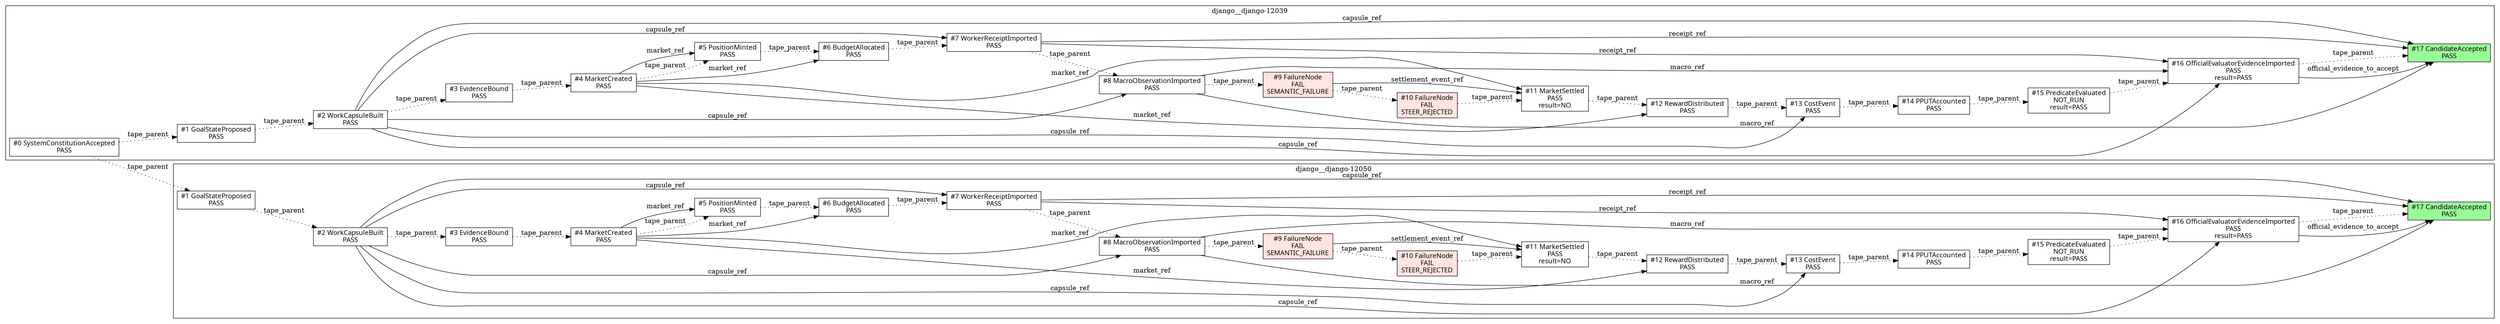
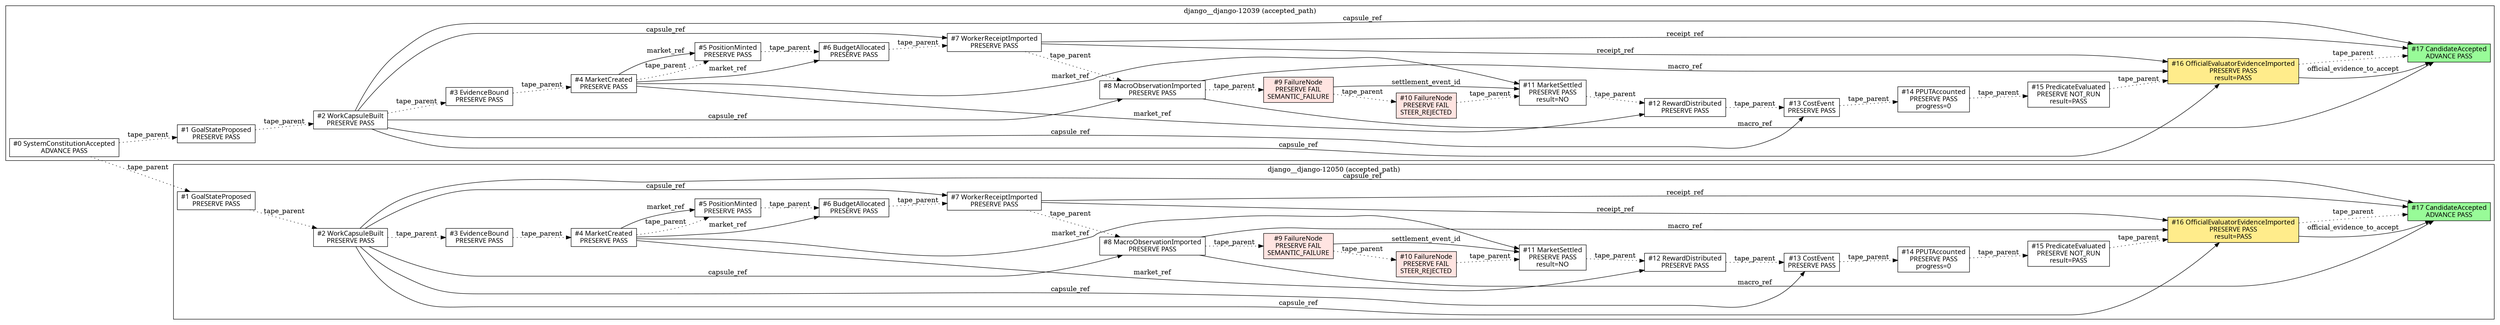
digraph micro_tape_decision_dag {
  rankdir=LR;
  node [shape=box, fontname="Menlo"];
  subgraph cluster_0 {
-     label="django__django-12039";
-     mu_344937f916226ed32a38cbe9866a28f06e5a89d560ec3efa668a1b0ae005ebe2 [label="#0 SystemConstitutionAccepted\nPASS", style=filled, fillcolor="white"];
-     mu_607b217245d67e61c7a528f90c13e8ec9b47f5624a1011f7188cb1fa01b3a534 [label="#1 GoalStateProposed\nPASS", style=filled, fillcolor="white"];
-     mu_951c810f27be0d6f1598d7019caeaf535d9ac0a97025459e0818022a7c1ec110 [label="#2 WorkCapsuleBuilt\nPASS", style=filled, fillcolor="white"];
-     mu_440b6e53920c3a04e3ec7e12cbf63fa686cb8d35121803d4cd0c551bd28bbfde [label="#3 EvidenceBound\nPASS", style=filled, fillcolor="white"];
-     mu_8e9be3191458a6750816f033bb4e431b4dfe4b3e5ba9bdf9762e827fb2467012 [label="#4 MarketCreated\nPASS", style=filled, fillcolor="white"];
-     mu_4222bc192d75342357d14fb949cd561ba2073b05c7c9672a781239358f6a3938 [label="#5 PositionMinted\nPASS", style=filled, fillcolor="white"];
-     mu_bf25011065066f06f42633380a6bd93a997c91d1aa3d1915fa9d8ce4ac3edcc1 [label="#6 BudgetAllocated\nPASS", style=filled, fillcolor="white"];
-     mu_faa2351db3d1c019e3861d5f5d1e98691fb4a4620816c4d0047137ad1d8abbfa [label="#7 WorkerReceiptImported\nPASS", style=filled, fillcolor="white"];
-     mu_a98a65bbb71e91f033d2a9b931631f2d3d678582022a47855fac1a713abfccfd [label="#8 MacroObservationImported\nPASS", style=filled, fillcolor="white"];
-     mu_1511c3fdb99c659b0ac19f9b773d6070a64362db86fbf4794809f2569b4f3cdc [label="#9 FailureNode\nFAIL\nSEMANTIC_FAILURE", style=filled, fillcolor="mistyrose"];
-     mu_69436d193105ae3c1e5242a6f3db8c8b157133d50a32ff47093cc7e80ec54dcd [label="#10 FailureNode\nFAIL\nSTEER_REJECTED", style=filled, fillcolor="mistyrose"];
-     mu_c51f6c473fec95ae1edd5833e1aebedfac83471fa3d326983598777ea12ea9c2 [label="#11 MarketSettled\nPASS\nresult=NO", style=filled, fillcolor="white"];
-     mu_95601a49897cc5954b35e826236c1ae16383fde77f53e5dc47377a23e6326aa5 [label="#12 RewardDistributed\nPASS", style=filled, fillcolor="white"];
-     mu_22e47a6a7945814839eafd24603bf72119d80f3666b4270c9887bde81aff2a84 [label="#13 CostEvent\nPASS", style=filled, fillcolor="white"];
-     mu_50e6feb094830a25ce0239c9f4bb1e280c72c3e4e6f2ea3f1c947305aa98b561 [label="#14 PPUTAccounted\nPASS", style=filled, fillcolor="white"];
-     mu_4c1f9d58d9c3251de411c3cb0c0bf67cb7f39934c48928058572d2c57928404b [label="#15 PredicateEvaluated\nNOT_RUN\nresult=PASS", style=filled, fillcolor="white"];
-     mu_8ed75647401e843558aa47b9d29f32610faa29d5aa9ea7c5e0a7c24a1376da0f [label="#16 OfficialEvaluatorEvidenceImported\nPASS\nresult=PASS", style=filled, fillcolor="white"];
-     mu_7a0726860fb58946a8f3731ae05754d77d6596c5b419f9926fea930d7313c224 [label="#17 CandidateAccepted\nPASS", style=filled, fillcolor="palegreen"];
+     label="django__django-12039 (accepted_path)";
+     mu_344937f916226ed32a38cbe9866a28f06e5a89d560ec3efa668a1b0ae005ebe2 [label="#0 SystemConstitutionAccepted\nADVANCE PASS", style=filled, fillcolor="white"];
+     mu_607b217245d67e61c7a528f90c13e8ec9b47f5624a1011f7188cb1fa01b3a534 [label="#1 GoalStateProposed\nPRESERVE PASS", style=filled, fillcolor="white"];
+     mu_951c810f27be0d6f1598d7019caeaf535d9ac0a97025459e0818022a7c1ec110 [label="#2 WorkCapsuleBuilt\nPRESERVE PASS", style=filled, fillcolor="white"];
+     mu_440b6e53920c3a04e3ec7e12cbf63fa686cb8d35121803d4cd0c551bd28bbfde [label="#3 EvidenceBound\nPRESERVE PASS", style=filled, fillcolor="white"];
+     mu_8e9be3191458a6750816f033bb4e431b4dfe4b3e5ba9bdf9762e827fb2467012 [label="#4 MarketCreated\nPRESERVE PASS", style=filled, fillcolor="white"];
+     mu_4222bc192d75342357d14fb949cd561ba2073b05c7c9672a781239358f6a3938 [label="#5 PositionMinted\nPRESERVE PASS", style=filled, fillcolor="white"];
+     mu_bf25011065066f06f42633380a6bd93a997c91d1aa3d1915fa9d8ce4ac3edcc1 [label="#6 BudgetAllocated\nPRESERVE PASS", style=filled, fillcolor="white"];
+     mu_faa2351db3d1c019e3861d5f5d1e98691fb4a4620816c4d0047137ad1d8abbfa [label="#7 WorkerReceiptImported\nPRESERVE PASS", style=filled, fillcolor="white"];
+     mu_a98a65bbb71e91f033d2a9b931631f2d3d678582022a47855fac1a713abfccfd [label="#8 MacroObservationImported\nPRESERVE PASS", style=filled, fillcolor="white"];
+     mu_1511c3fdb99c659b0ac19f9b773d6070a64362db86fbf4794809f2569b4f3cdc [label="#9 FailureNode\nPRESERVE FAIL\nSEMANTIC_FAILURE", style=filled, fillcolor="mistyrose"];
+     mu_69436d193105ae3c1e5242a6f3db8c8b157133d50a32ff47093cc7e80ec54dcd [label="#10 FailureNode\nPRESERVE FAIL\nSTEER_REJECTED", style=filled, fillcolor="mistyrose"];
+     mu_c51f6c473fec95ae1edd5833e1aebedfac83471fa3d326983598777ea12ea9c2 [label="#11 MarketSettled\nPRESERVE PASS\nresult=NO", style=filled, fillcolor="white"];
+     mu_95601a49897cc5954b35e826236c1ae16383fde77f53e5dc47377a23e6326aa5 [label="#12 RewardDistributed\nPRESERVE PASS", style=filled, fillcolor="white"];
+     mu_22e47a6a7945814839eafd24603bf72119d80f3666b4270c9887bde81aff2a84 [label="#13 CostEvent\nPRESERVE PASS", style=filled, fillcolor="white"];
+     mu_50e6feb094830a25ce0239c9f4bb1e280c72c3e4e6f2ea3f1c947305aa98b561 [label="#14 PPUTAccounted\nPRESERVE PASS\nprogress=0", style=filled, fillcolor="white"];
+     mu_4c1f9d58d9c3251de411c3cb0c0bf67cb7f39934c48928058572d2c57928404b [label="#15 PredicateEvaluated\nPRESERVE NOT_RUN\nresult=PASS", style=filled, fillcolor="white"];
+     mu_8ed75647401e843558aa47b9d29f32610faa29d5aa9ea7c5e0a7c24a1376da0f [label="#16 OfficialEvaluatorEvidenceImported\nPRESERVE PASS\nresult=PASS", style=filled, fillcolor="lightgoldenrod1"];
+     mu_7a0726860fb58946a8f3731ae05754d77d6596c5b419f9926fea930d7313c224 [label="#17 CandidateAccepted\nADVANCE PASS", style=filled, fillcolor="palegreen"];
    mu_344937f916226ed32a38cbe9866a28f06e5a89d560ec3efa668a1b0ae005ebe2 -> mu_607b217245d67e61c7a528f90c13e8ec9b47f5624a1011f7188cb1fa01b3a534 [label="tape_parent", style=dotted];
    mu_607b217245d67e61c7a528f90c13e8ec9b47f5624a1011f7188cb1fa01b3a534 -> mu_951c810f27be0d6f1598d7019caeaf535d9ac0a97025459e0818022a7c1ec110 [label="tape_parent", style=dotted];
    mu_951c810f27be0d6f1598d7019caeaf535d9ac0a97025459e0818022a7c1ec110 -> mu_440b6e53920c3a04e3ec7e12cbf63fa686cb8d35121803d4cd0c551bd28bbfde [label="tape_parent", style=dotted];
    mu_440b6e53920c3a04e3ec7e12cbf63fa686cb8d35121803d4cd0c551bd28bbfde -> mu_8e9be3191458a6750816f033bb4e431b4dfe4b3e5ba9bdf9762e827fb2467012 [label="tape_parent", style=dotted];
    mu_8e9be3191458a6750816f033bb4e431b4dfe4b3e5ba9bdf9762e827fb2467012 -> mu_4222bc192d75342357d14fb949cd561ba2073b05c7c9672a781239358f6a3938 [label="tape_parent", style=dotted];
    mu_4222bc192d75342357d14fb949cd561ba2073b05c7c9672a781239358f6a3938 -> mu_bf25011065066f06f42633380a6bd93a997c91d1aa3d1915fa9d8ce4ac3edcc1 [label="tape_parent", style=dotted];
    mu_bf25011065066f06f42633380a6bd93a997c91d1aa3d1915fa9d8ce4ac3edcc1 -> mu_faa2351db3d1c019e3861d5f5d1e98691fb4a4620816c4d0047137ad1d8abbfa [label="tape_parent", style=dotted];
    mu_faa2351db3d1c019e3861d5f5d1e98691fb4a4620816c4d0047137ad1d8abbfa -> mu_a98a65bbb71e91f033d2a9b931631f2d3d678582022a47855fac1a713abfccfd [label="tape_parent", style=dotted];
    mu_a98a65bbb71e91f033d2a9b931631f2d3d678582022a47855fac1a713abfccfd -> mu_1511c3fdb99c659b0ac19f9b773d6070a64362db86fbf4794809f2569b4f3cdc [label="tape_parent", style=dotted];
    mu_1511c3fdb99c659b0ac19f9b773d6070a64362db86fbf4794809f2569b4f3cdc -> mu_69436d193105ae3c1e5242a6f3db8c8b157133d50a32ff47093cc7e80ec54dcd [label="tape_parent", style=dotted];
    mu_69436d193105ae3c1e5242a6f3db8c8b157133d50a32ff47093cc7e80ec54dcd -> mu_c51f6c473fec95ae1edd5833e1aebedfac83471fa3d326983598777ea12ea9c2 [label="tape_parent", style=dotted];
    mu_c51f6c473fec95ae1edd5833e1aebedfac83471fa3d326983598777ea12ea9c2 -> mu_95601a49897cc5954b35e826236c1ae16383fde77f53e5dc47377a23e6326aa5 [label="tape_parent", style=dotted];
    mu_95601a49897cc5954b35e826236c1ae16383fde77f53e5dc47377a23e6326aa5 -> mu_22e47a6a7945814839eafd24603bf72119d80f3666b4270c9887bde81aff2a84 [label="tape_parent", style=dotted];
    mu_22e47a6a7945814839eafd24603bf72119d80f3666b4270c9887bde81aff2a84 -> mu_50e6feb094830a25ce0239c9f4bb1e280c72c3e4e6f2ea3f1c947305aa98b561 [label="tape_parent", style=dotted];
    mu_50e6feb094830a25ce0239c9f4bb1e280c72c3e4e6f2ea3f1c947305aa98b561 -> mu_4c1f9d58d9c3251de411c3cb0c0bf67cb7f39934c48928058572d2c57928404b [label="tape_parent", style=dotted];
    mu_4c1f9d58d9c3251de411c3cb0c0bf67cb7f39934c48928058572d2c57928404b -> mu_8ed75647401e843558aa47b9d29f32610faa29d5aa9ea7c5e0a7c24a1376da0f [label="tape_parent", style=dotted];
    mu_8ed75647401e843558aa47b9d29f32610faa29d5aa9ea7c5e0a7c24a1376da0f -> mu_7a0726860fb58946a8f3731ae05754d77d6596c5b419f9926fea930d7313c224 [label="tape_parent", style=dotted];
    mu_8e9be3191458a6750816f033bb4e431b4dfe4b3e5ba9bdf9762e827fb2467012 -> mu_4222bc192d75342357d14fb949cd561ba2073b05c7c9672a781239358f6a3938 [label="market_ref", style=solid];
    mu_8e9be3191458a6750816f033bb4e431b4dfe4b3e5ba9bdf9762e827fb2467012 -> mu_bf25011065066f06f42633380a6bd93a997c91d1aa3d1915fa9d8ce4ac3edcc1 [label="market_ref", style=solid];
    mu_951c810f27be0d6f1598d7019caeaf535d9ac0a97025459e0818022a7c1ec110 -> mu_faa2351db3d1c019e3861d5f5d1e98691fb4a4620816c4d0047137ad1d8abbfa [label="capsule_ref", style=solid];
    mu_951c810f27be0d6f1598d7019caeaf535d9ac0a97025459e0818022a7c1ec110 -> mu_a98a65bbb71e91f033d2a9b931631f2d3d678582022a47855fac1a713abfccfd [label="capsule_ref", style=solid];
    mu_8e9be3191458a6750816f033bb4e431b4dfe4b3e5ba9bdf9762e827fb2467012 -> mu_c51f6c473fec95ae1edd5833e1aebedfac83471fa3d326983598777ea12ea9c2 [label="market_ref", style=solid];
-     mu_1511c3fdb99c659b0ac19f9b773d6070a64362db86fbf4794809f2569b4f3cdc -> mu_c51f6c473fec95ae1edd5833e1aebedfac83471fa3d326983598777ea12ea9c2 [label="settlement_event_ref", style=solid];
+     mu_1511c3fdb99c659b0ac19f9b773d6070a64362db86fbf4794809f2569b4f3cdc -> mu_c51f6c473fec95ae1edd5833e1aebedfac83471fa3d326983598777ea12ea9c2 [label="settlement_event_id", style=solid];
    mu_8e9be3191458a6750816f033bb4e431b4dfe4b3e5ba9bdf9762e827fb2467012 -> mu_95601a49897cc5954b35e826236c1ae16383fde77f53e5dc47377a23e6326aa5 [label="market_ref", style=solid];
    mu_951c810f27be0d6f1598d7019caeaf535d9ac0a97025459e0818022a7c1ec110 -> mu_22e47a6a7945814839eafd24603bf72119d80f3666b4270c9887bde81aff2a84 [label="capsule_ref", style=solid];
    mu_951c810f27be0d6f1598d7019caeaf535d9ac0a97025459e0818022a7c1ec110 -> mu_8ed75647401e843558aa47b9d29f32610faa29d5aa9ea7c5e0a7c24a1376da0f [label="capsule_ref", style=solid];
    mu_faa2351db3d1c019e3861d5f5d1e98691fb4a4620816c4d0047137ad1d8abbfa -> mu_8ed75647401e843558aa47b9d29f32610faa29d5aa9ea7c5e0a7c24a1376da0f [label="receipt_ref", style=solid];
    mu_a98a65bbb71e91f033d2a9b931631f2d3d678582022a47855fac1a713abfccfd -> mu_8ed75647401e843558aa47b9d29f32610faa29d5aa9ea7c5e0a7c24a1376da0f [label="macro_ref", style=solid];
    mu_951c810f27be0d6f1598d7019caeaf535d9ac0a97025459e0818022a7c1ec110 -> mu_7a0726860fb58946a8f3731ae05754d77d6596c5b419f9926fea930d7313c224 [label="capsule_ref", style=solid];
    mu_faa2351db3d1c019e3861d5f5d1e98691fb4a4620816c4d0047137ad1d8abbfa -> mu_7a0726860fb58946a8f3731ae05754d77d6596c5b419f9926fea930d7313c224 [label="receipt_ref", style=solid];
    mu_a98a65bbb71e91f033d2a9b931631f2d3d678582022a47855fac1a713abfccfd -> mu_7a0726860fb58946a8f3731ae05754d77d6596c5b419f9926fea930d7313c224 [label="macro_ref", style=solid];
    mu_8ed75647401e843558aa47b9d29f32610faa29d5aa9ea7c5e0a7c24a1376da0f -> mu_7a0726860fb58946a8f3731ae05754d77d6596c5b419f9926fea930d7313c224 [label="official_evidence_to_accept", style=solid];
  }
  subgraph cluster_1 {
-     label="django__django-12050";
-     mu_344937f916226ed32a38cbe9866a28f06e5a89d560ec3efa668a1b0ae005ebe2 [label="#0 SystemConstitutionAccepted\nPASS", style=filled, fillcolor="white"];
-     mu_14e4b271237041df1c9175d7808322a058864cb637257bed58a300d271edd837 [label="#1 GoalStateProposed\nPASS", style=filled, fillcolor="white"];
-     mu_1d3657bb412471949253f3acbf3cf94c792e37fc65f9a4f42d011e3db8ed059a [label="#2 WorkCapsuleBuilt\nPASS", style=filled, fillcolor="white"];
-     mu_94287138205c9f4b0bbaeb768b1fcbe44a228e6c7707bb34c730190bb72baa25 [label="#3 EvidenceBound\nPASS", style=filled, fillcolor="white"];
-     mu_72820a31243f7bd091049895d29014c9029c869432006e53fd6769743815abab [label="#4 MarketCreated\nPASS", style=filled, fillcolor="white"];
-     mu_160b9c771b8517eed1a913adeebbb609e7a51c7ab019167daf20d33b77e21fc9 [label="#5 PositionMinted\nPASS", style=filled, fillcolor="white"];
-     mu_15af614ceba81d0f3ca570afc8ef6a69ed6ffbc1a74e09e527ba022584552714 [label="#6 BudgetAllocated\nPASS", style=filled, fillcolor="white"];
-     mu_899625a3f6853b36f8f94078bca6f1d545c2c65fa03d466bbc9280165dbee566 [label="#7 WorkerReceiptImported\nPASS", style=filled, fillcolor="white"];
-     mu_56c02057b5e6c55d32ae34254b26c2da5ce87d239739ff1c729580373ceb1888 [label="#8 MacroObservationImported\nPASS", style=filled, fillcolor="white"];
-     mu_3c0c7e7797f2d5d27bd7aedb30c0a687a417a8f7d163c4284acb40bd8773a5ec [label="#9 FailureNode\nFAIL\nSEMANTIC_FAILURE", style=filled, fillcolor="mistyrose"];
-     mu_f17d9ab68b75631a14c2f7c03083a7fc391c165443826c513a135873d063f49a [label="#10 FailureNode\nFAIL\nSTEER_REJECTED", style=filled, fillcolor="mistyrose"];
-     mu_0a8e89384fe253d53a204b455631845e78b7366c0bea6d0d73fb0bc9dee21e0d [label="#11 MarketSettled\nPASS\nresult=NO", style=filled, fillcolor="white"];
-     mu_d0a52e19176464e1f0615a55c1cf91e9fed232ce424e47515ed0bc963f7db81a [label="#12 RewardDistributed\nPASS", style=filled, fillcolor="white"];
-     mu_887d3feecbaa4f8a423bbf22c7e94018366550999f7e3e19aa5a9af46c9448b1 [label="#13 CostEvent\nPASS", style=filled, fillcolor="white"];
-     mu_4c130fc0ea68805c849c7fef9256d7f42ee158dca872dd2e24b596b2813e66e4 [label="#14 PPUTAccounted\nPASS", style=filled, fillcolor="white"];
-     mu_c38df251850663a333db32ae07dd488efdde811354ee81af62e055a6e6412679 [label="#15 PredicateEvaluated\nNOT_RUN\nresult=PASS", style=filled, fillcolor="white"];
-     mu_74e426bb8fab3973077c225cbde6c50f043a69dbe0e12a81d783be26e8775c91 [label="#16 OfficialEvaluatorEvidenceImported\nPASS\nresult=PASS", style=filled, fillcolor="white"];
-     mu_c4509a8280817848b9d51cf2dd676aea2c02725d95de6b0b0b1a6e6069b5a4ad [label="#17 CandidateAccepted\nPASS", style=filled, fillcolor="palegreen"];
+     label="django__django-12050 (accepted_path)";
+     mu_344937f916226ed32a38cbe9866a28f06e5a89d560ec3efa668a1b0ae005ebe2 [label="#0 SystemConstitutionAccepted\nADVANCE PASS", style=filled, fillcolor="white"];
+     mu_14e4b271237041df1c9175d7808322a058864cb637257bed58a300d271edd837 [label="#1 GoalStateProposed\nPRESERVE PASS", style=filled, fillcolor="white"];
+     mu_1d3657bb412471949253f3acbf3cf94c792e37fc65f9a4f42d011e3db8ed059a [label="#2 WorkCapsuleBuilt\nPRESERVE PASS", style=filled, fillcolor="white"];
+     mu_94287138205c9f4b0bbaeb768b1fcbe44a228e6c7707bb34c730190bb72baa25 [label="#3 EvidenceBound\nPRESERVE PASS", style=filled, fillcolor="white"];
+     mu_72820a31243f7bd091049895d29014c9029c869432006e53fd6769743815abab [label="#4 MarketCreated\nPRESERVE PASS", style=filled, fillcolor="white"];
+     mu_160b9c771b8517eed1a913adeebbb609e7a51c7ab019167daf20d33b77e21fc9 [label="#5 PositionMinted\nPRESERVE PASS", style=filled, fillcolor="white"];
+     mu_15af614ceba81d0f3ca570afc8ef6a69ed6ffbc1a74e09e527ba022584552714 [label="#6 BudgetAllocated\nPRESERVE PASS", style=filled, fillcolor="white"];
+     mu_899625a3f6853b36f8f94078bca6f1d545c2c65fa03d466bbc9280165dbee566 [label="#7 WorkerReceiptImported\nPRESERVE PASS", style=filled, fillcolor="white"];
+     mu_56c02057b5e6c55d32ae34254b26c2da5ce87d239739ff1c729580373ceb1888 [label="#8 MacroObservationImported\nPRESERVE PASS", style=filled, fillcolor="white"];
+     mu_3c0c7e7797f2d5d27bd7aedb30c0a687a417a8f7d163c4284acb40bd8773a5ec [label="#9 FailureNode\nPRESERVE FAIL\nSEMANTIC_FAILURE", style=filled, fillcolor="mistyrose"];
+     mu_f17d9ab68b75631a14c2f7c03083a7fc391c165443826c513a135873d063f49a [label="#10 FailureNode\nPRESERVE FAIL\nSTEER_REJECTED", style=filled, fillcolor="mistyrose"];
+     mu_0a8e89384fe253d53a204b455631845e78b7366c0bea6d0d73fb0bc9dee21e0d [label="#11 MarketSettled\nPRESERVE PASS\nresult=NO", style=filled, fillcolor="white"];
+     mu_d0a52e19176464e1f0615a55c1cf91e9fed232ce424e47515ed0bc963f7db81a [label="#12 RewardDistributed\nPRESERVE PASS", style=filled, fillcolor="white"];
+     mu_887d3feecbaa4f8a423bbf22c7e94018366550999f7e3e19aa5a9af46c9448b1 [label="#13 CostEvent\nPRESERVE PASS", style=filled, fillcolor="white"];
+     mu_4c130fc0ea68805c849c7fef9256d7f42ee158dca872dd2e24b596b2813e66e4 [label="#14 PPUTAccounted\nPRESERVE PASS\nprogress=0", style=filled, fillcolor="white"];
+     mu_c38df251850663a333db32ae07dd488efdde811354ee81af62e055a6e6412679 [label="#15 PredicateEvaluated\nPRESERVE NOT_RUN\nresult=PASS", style=filled, fillcolor="white"];
+     mu_74e426bb8fab3973077c225cbde6c50f043a69dbe0e12a81d783be26e8775c91 [label="#16 OfficialEvaluatorEvidenceImported\nPRESERVE PASS\nresult=PASS", style=filled, fillcolor="lightgoldenrod1"];
+     mu_c4509a8280817848b9d51cf2dd676aea2c02725d95de6b0b0b1a6e6069b5a4ad [label="#17 CandidateAccepted\nADVANCE PASS", style=filled, fillcolor="palegreen"];
    mu_344937f916226ed32a38cbe9866a28f06e5a89d560ec3efa668a1b0ae005ebe2 -> mu_14e4b271237041df1c9175d7808322a058864cb637257bed58a300d271edd837 [label="tape_parent", style=dotted];
    mu_14e4b271237041df1c9175d7808322a058864cb637257bed58a300d271edd837 -> mu_1d3657bb412471949253f3acbf3cf94c792e37fc65f9a4f42d011e3db8ed059a [label="tape_parent", style=dotted];
    mu_1d3657bb412471949253f3acbf3cf94c792e37fc65f9a4f42d011e3db8ed059a -> mu_94287138205c9f4b0bbaeb768b1fcbe44a228e6c7707bb34c730190bb72baa25 [label="tape_parent", style=dotted];
    mu_94287138205c9f4b0bbaeb768b1fcbe44a228e6c7707bb34c730190bb72baa25 -> mu_72820a31243f7bd091049895d29014c9029c869432006e53fd6769743815abab [label="tape_parent", style=dotted];
    mu_72820a31243f7bd091049895d29014c9029c869432006e53fd6769743815abab -> mu_160b9c771b8517eed1a913adeebbb609e7a51c7ab019167daf20d33b77e21fc9 [label="tape_parent", style=dotted];
    mu_160b9c771b8517eed1a913adeebbb609e7a51c7ab019167daf20d33b77e21fc9 -> mu_15af614ceba81d0f3ca570afc8ef6a69ed6ffbc1a74e09e527ba022584552714 [label="tape_parent", style=dotted];
    mu_15af614ceba81d0f3ca570afc8ef6a69ed6ffbc1a74e09e527ba022584552714 -> mu_899625a3f6853b36f8f94078bca6f1d545c2c65fa03d466bbc9280165dbee566 [label="tape_parent", style=dotted];
    mu_899625a3f6853b36f8f94078bca6f1d545c2c65fa03d466bbc9280165dbee566 -> mu_56c02057b5e6c55d32ae34254b26c2da5ce87d239739ff1c729580373ceb1888 [label="tape_parent", style=dotted];
    mu_56c02057b5e6c55d32ae34254b26c2da5ce87d239739ff1c729580373ceb1888 -> mu_3c0c7e7797f2d5d27bd7aedb30c0a687a417a8f7d163c4284acb40bd8773a5ec [label="tape_parent", style=dotted];
    mu_3c0c7e7797f2d5d27bd7aedb30c0a687a417a8f7d163c4284acb40bd8773a5ec -> mu_f17d9ab68b75631a14c2f7c03083a7fc391c165443826c513a135873d063f49a [label="tape_parent", style=dotted];
    mu_f17d9ab68b75631a14c2f7c03083a7fc391c165443826c513a135873d063f49a -> mu_0a8e89384fe253d53a204b455631845e78b7366c0bea6d0d73fb0bc9dee21e0d [label="tape_parent", style=dotted];
    mu_0a8e89384fe253d53a204b455631845e78b7366c0bea6d0d73fb0bc9dee21e0d -> mu_d0a52e19176464e1f0615a55c1cf91e9fed232ce424e47515ed0bc963f7db81a [label="tape_parent", style=dotted];
    mu_d0a52e19176464e1f0615a55c1cf91e9fed232ce424e47515ed0bc963f7db81a -> mu_887d3feecbaa4f8a423bbf22c7e94018366550999f7e3e19aa5a9af46c9448b1 [label="tape_parent", style=dotted];
    mu_887d3feecbaa4f8a423bbf22c7e94018366550999f7e3e19aa5a9af46c9448b1 -> mu_4c130fc0ea68805c849c7fef9256d7f42ee158dca872dd2e24b596b2813e66e4 [label="tape_parent", style=dotted];
    mu_4c130fc0ea68805c849c7fef9256d7f42ee158dca872dd2e24b596b2813e66e4 -> mu_c38df251850663a333db32ae07dd488efdde811354ee81af62e055a6e6412679 [label="tape_parent", style=dotted];
    mu_c38df251850663a333db32ae07dd488efdde811354ee81af62e055a6e6412679 -> mu_74e426bb8fab3973077c225cbde6c50f043a69dbe0e12a81d783be26e8775c91 [label="tape_parent", style=dotted];
    mu_74e426bb8fab3973077c225cbde6c50f043a69dbe0e12a81d783be26e8775c91 -> mu_c4509a8280817848b9d51cf2dd676aea2c02725d95de6b0b0b1a6e6069b5a4ad [label="tape_parent", style=dotted];
    mu_72820a31243f7bd091049895d29014c9029c869432006e53fd6769743815abab -> mu_160b9c771b8517eed1a913adeebbb609e7a51c7ab019167daf20d33b77e21fc9 [label="market_ref", style=solid];
    mu_72820a31243f7bd091049895d29014c9029c869432006e53fd6769743815abab -> mu_15af614ceba81d0f3ca570afc8ef6a69ed6ffbc1a74e09e527ba022584552714 [label="market_ref", style=solid];
    mu_1d3657bb412471949253f3acbf3cf94c792e37fc65f9a4f42d011e3db8ed059a -> mu_899625a3f6853b36f8f94078bca6f1d545c2c65fa03d466bbc9280165dbee566 [label="capsule_ref", style=solid];
    mu_1d3657bb412471949253f3acbf3cf94c792e37fc65f9a4f42d011e3db8ed059a -> mu_56c02057b5e6c55d32ae34254b26c2da5ce87d239739ff1c729580373ceb1888 [label="capsule_ref", style=solid];
    mu_72820a31243f7bd091049895d29014c9029c869432006e53fd6769743815abab -> mu_0a8e89384fe253d53a204b455631845e78b7366c0bea6d0d73fb0bc9dee21e0d [label="market_ref", style=solid];
-     mu_3c0c7e7797f2d5d27bd7aedb30c0a687a417a8f7d163c4284acb40bd8773a5ec -> mu_0a8e89384fe253d53a204b455631845e78b7366c0bea6d0d73fb0bc9dee21e0d [label="settlement_event_ref", style=solid];
+     mu_3c0c7e7797f2d5d27bd7aedb30c0a687a417a8f7d163c4284acb40bd8773a5ec -> mu_0a8e89384fe253d53a204b455631845e78b7366c0bea6d0d73fb0bc9dee21e0d [label="settlement_event_id", style=solid];
    mu_72820a31243f7bd091049895d29014c9029c869432006e53fd6769743815abab -> mu_d0a52e19176464e1f0615a55c1cf91e9fed232ce424e47515ed0bc963f7db81a [label="market_ref", style=solid];
    mu_1d3657bb412471949253f3acbf3cf94c792e37fc65f9a4f42d011e3db8ed059a -> mu_887d3feecbaa4f8a423bbf22c7e94018366550999f7e3e19aa5a9af46c9448b1 [label="capsule_ref", style=solid];
    mu_1d3657bb412471949253f3acbf3cf94c792e37fc65f9a4f42d011e3db8ed059a -> mu_74e426bb8fab3973077c225cbde6c50f043a69dbe0e12a81d783be26e8775c91 [label="capsule_ref", style=solid];
    mu_899625a3f6853b36f8f94078bca6f1d545c2c65fa03d466bbc9280165dbee566 -> mu_74e426bb8fab3973077c225cbde6c50f043a69dbe0e12a81d783be26e8775c91 [label="receipt_ref", style=solid];
    mu_56c02057b5e6c55d32ae34254b26c2da5ce87d239739ff1c729580373ceb1888 -> mu_74e426bb8fab3973077c225cbde6c50f043a69dbe0e12a81d783be26e8775c91 [label="macro_ref", style=solid];
    mu_1d3657bb412471949253f3acbf3cf94c792e37fc65f9a4f42d011e3db8ed059a -> mu_c4509a8280817848b9d51cf2dd676aea2c02725d95de6b0b0b1a6e6069b5a4ad [label="capsule_ref", style=solid];
    mu_899625a3f6853b36f8f94078bca6f1d545c2c65fa03d466bbc9280165dbee566 -> mu_c4509a8280817848b9d51cf2dd676aea2c02725d95de6b0b0b1a6e6069b5a4ad [label="receipt_ref", style=solid];
    mu_56c02057b5e6c55d32ae34254b26c2da5ce87d239739ff1c729580373ceb1888 -> mu_c4509a8280817848b9d51cf2dd676aea2c02725d95de6b0b0b1a6e6069b5a4ad [label="macro_ref", style=solid];
    mu_74e426bb8fab3973077c225cbde6c50f043a69dbe0e12a81d783be26e8775c91 -> mu_c4509a8280817848b9d51cf2dd676aea2c02725d95de6b0b0b1a6e6069b5a4ad [label="official_evidence_to_accept", style=solid];
  }
}
